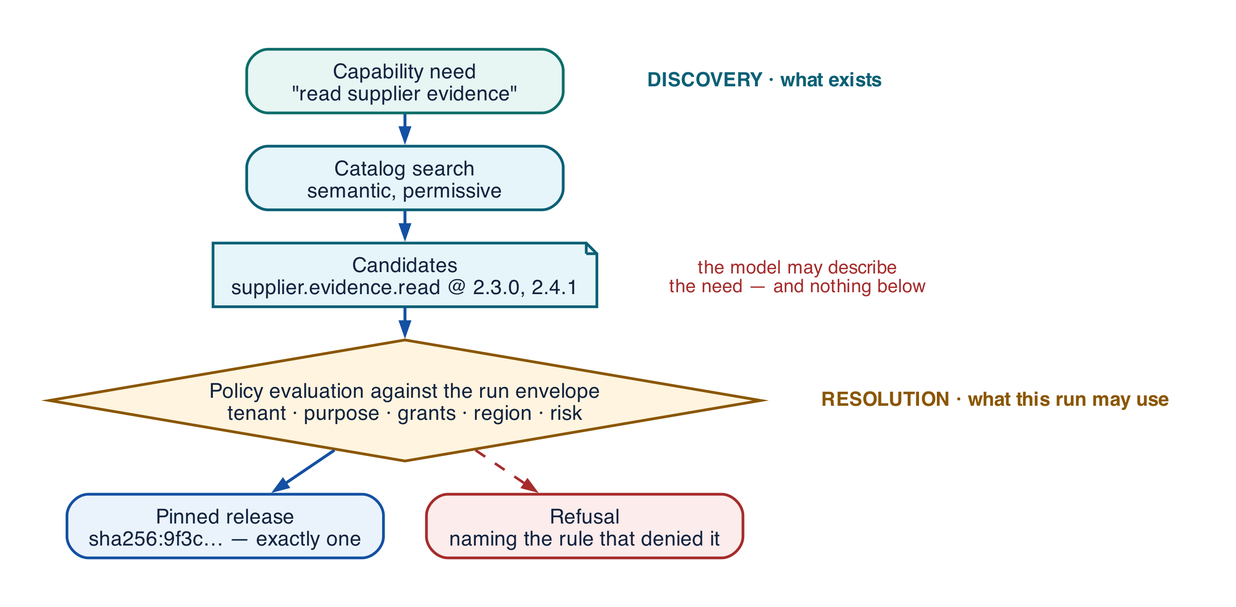
Before: assets/diagrams/skill-resolution.png, a diagram exported from Graphviz (rrahimi-uci/building-enterprise-general-intelligence). Its source is kept beside it as assets/diagrams/src/skill-resolution.gv. The source it was exported from:
```dot
digraph skill_resolution {
  rankdir = TB
  graph [ranksep=0.24, nodesep=0.30]
  node [shape=box, style="filled,rounded", penwidth=1.4, fontsize=10.5,
        margin="0.13,0.07", height=0.40, width=2.25]
  edge [arrowsize=0.65, penwidth=1.5, color="#1450A3"]

  need [label="Capability need\n\"read supplier evidence\"", fillcolor="#E7F5F3", color="#0D6E69"]
  cat  [label="Catalog search\nsemantic, permissive", fillcolor="#E6F5F9", color="#0B6076"]
  cand [label="Candidates\nsupplier.evidence.read @ 2.3.0, 2.4.1", shape=note,
        style=filled, fillcolor="#E6F5F9", color="#0B6076"]

  pol  [label="Policy evaluation against the run envelope\ntenant · purpose · grants · region · risk", shape=diamond,
        style=filled, fillcolor="#FFF4DF", color="#8A5600", height=0.86, width=3.3]
  pin  [label="Pinned release\nsha256:9f3c… — exactly one", fillcolor="#EAF3FB", color="#1450A3"]
  no   [label="Refusal\nnaming the rule that denied it", fillcolor="#FCECEC", color="#A62C2C"]

  d1 [label=<<B><FONT POINT-SIZE="10" COLOR="#0B6076">DISCOVERY &#183; what exists</FONT></B>>, shape=plaintext, style=""]
  d2 [label=<<B><FONT POINT-SIZE="10" COLOR="#8A5600">RESOLUTION &#183; what this run may use</FONT></B>>, shape=plaintext, style=""]
  mr [label="the model may describe\nthe need — and nothing below", shape=plaintext,
      style="", fontsize=9.5, fontcolor="#A62C2C"]

  need -> cat -> cand -> pol -> pin
  pol -> no [color="#A62C2C", style=dashed, penwidth=1.3]

  { rank=same; need -> d1 [style=invis] }
  { rank=same; cand -> mr [style=invis] }
  { rank=same; pol  -> d2 [style=invis] }
  { rank=same; pin  -> no [style=invis] }
}
```
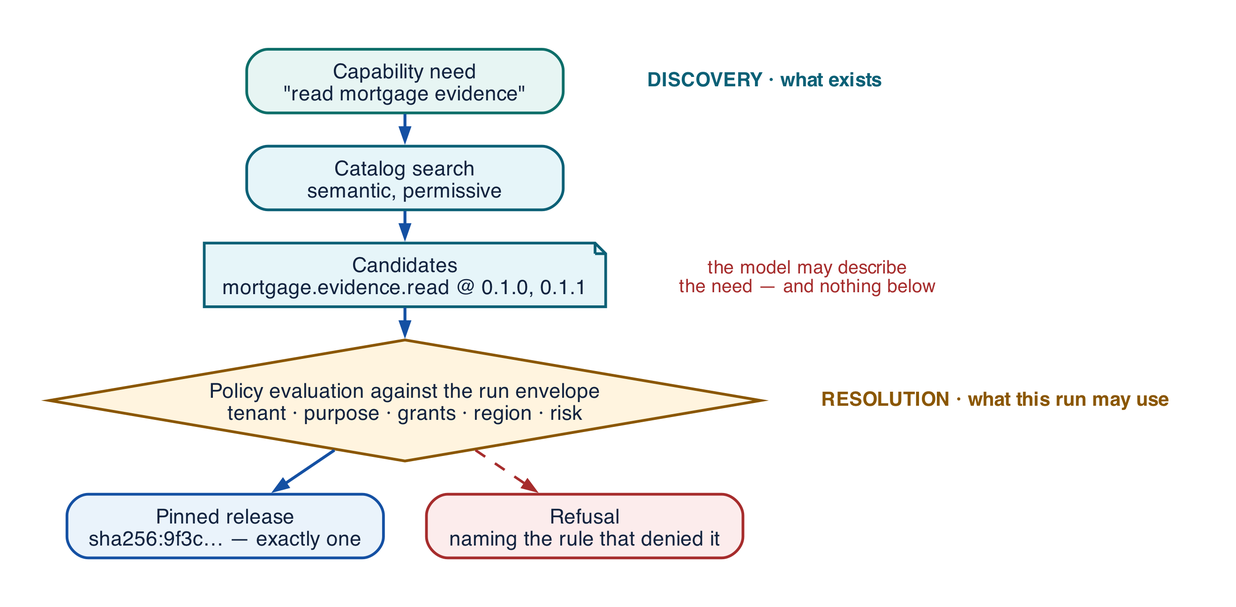
Later version of the same file.

The edit, as a diff of the source:
```diff
@@ -5,9 +5,9 @@
         margin="0.13,0.07", height=0.40, width=2.25]
   edge [arrowsize=0.65, penwidth=1.5, color="#1450A3"]
 
-  need [label="Capability need\n\"read supplier evidence\"", fillcolor="#E7F5F3", color="#0D6E69"]
+  need [label="Capability need\n\"read mortgage evidence\"", fillcolor="#E7F5F3", color="#0D6E69"]
   cat  [label="Catalog search\nsemantic, permissive", fillcolor="#E6F5F9", color="#0B6076"]
-  cand [label="Candidates\nsupplier.evidence.read @ 2.3.0, 2.4.1", shape=note,
+  cand [label="Candidates\nmortgage.evidence.read @ 0.1.0, 0.1.1", shape=note,
         style=filled, fillcolor="#E6F5F9", color="#0B6076"]
 
   pol  [label="Policy evaluation against the run envelope\ntenant · purpose · grants · region · risk", shape=diamond,
```
